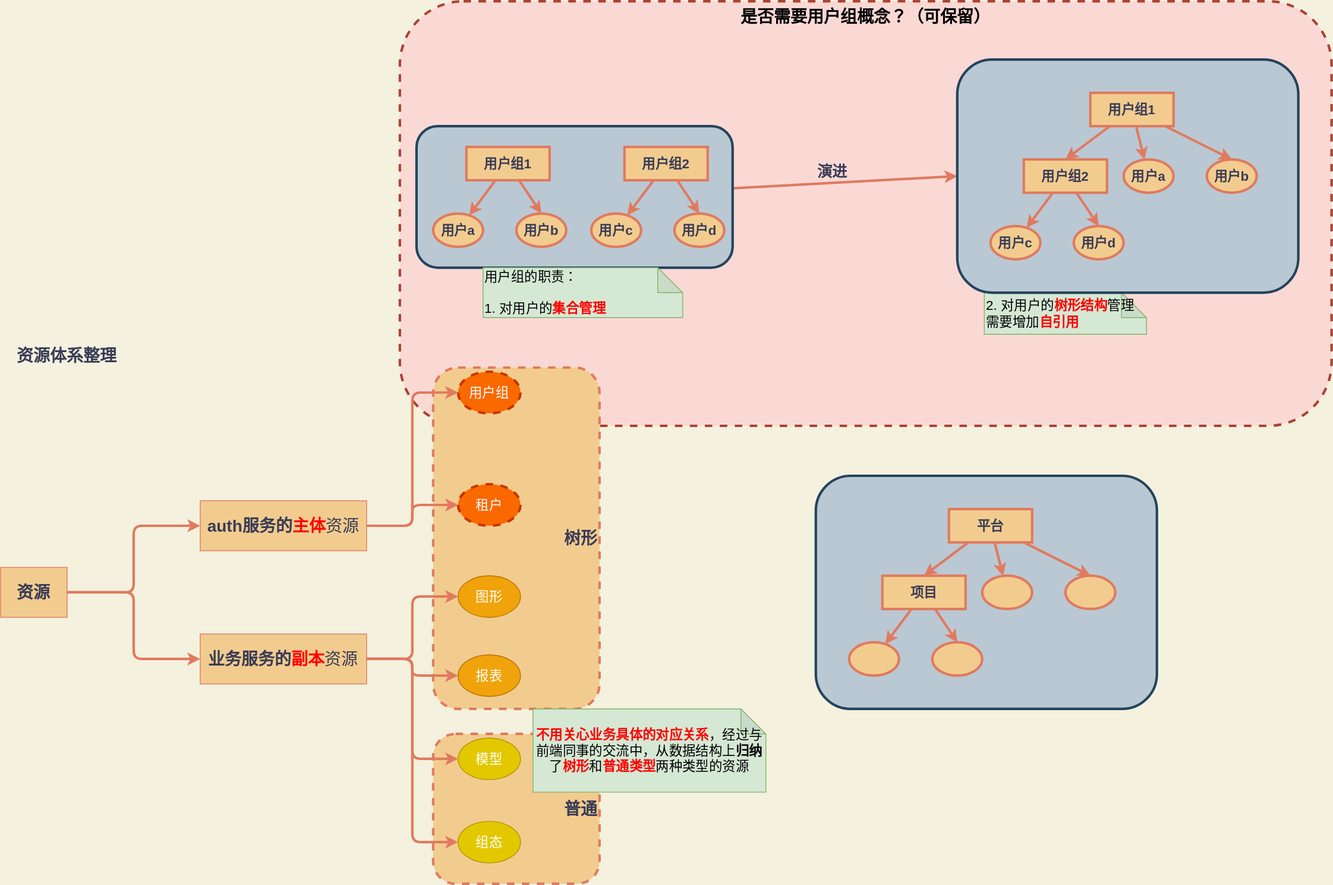
Before: src/main/resources/images/design/04_资源体系整理.svg, a diagram exported from draw.io (Jinhua-Lee/Learning). Source tidied: cells renumbered, new cells last; positions are measured from the earlier drawing's top-left corner, leaving out a move shared by most shapes.
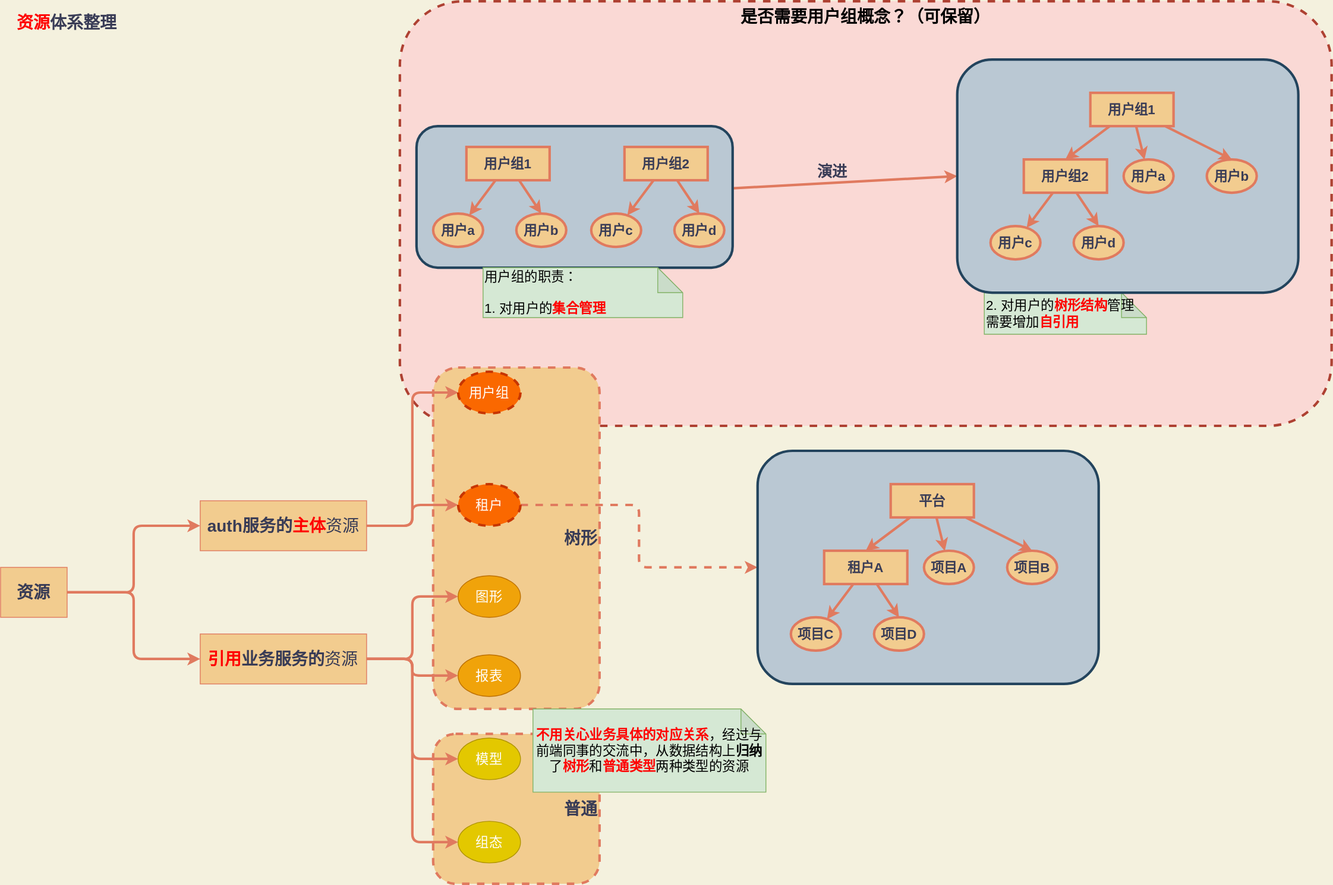
The same diagram one commit later.

Change to the diagram source:
```diff
@@ -47,7 +47,7 @@
     <mxCell id="16" style="edgeStyle=orthogonalEdgeStyle;curved=0;rounded=1;sketch=0;jettySize=auto;html=1;entryX=0;entryY=0.5;entryDx=0;entryDy=0;endArrow=classic;strokeColor=#E07A5F;strokeWidth=3;fillColor=#F2CC8F;fontColor=#393C56;" parent="1" edge="1" source="17" target="19">
       <mxGeometry relative="1" as="geometry" />
     </mxCell>
-    <mxCell id="17" value="&lt;font style=&quot;font-size: 20px&quot;&gt;&lt;b&gt;业务服务的&lt;font color=&quot;#ff0000&quot;&gt;副本&lt;/font&gt;&lt;/b&gt;资源&lt;/font&gt;" style="rounded=0;whiteSpace=wrap;html=1;sketch=0;strokeColor=#E07A5F;fillColor=#F2CC8F;fontColor=#393C56;" parent="1" vertex="1">
+    <mxCell id="17" value="&lt;font style=&quot;font-size: 20px&quot;&gt;&lt;b&gt;&lt;font color=&quot;#ff0000&quot;&gt;引用&lt;/font&gt;&lt;/b&gt;&lt;b&gt;业务服务的&lt;/b&gt;资源&lt;/font&gt;" style="rounded=0;whiteSpace=wrap;html=1;sketch=0;strokeColor=#E07A5F;fillColor=#F2CC8F;fontColor=#393C56;" parent="1" vertex="1">
       <mxGeometry x="240" y="760" width="200" height="60" as="geometry" />
     </mxCell>
     <mxCell id="18" value="&lt;font style=&quot;font-size: 16px&quot;&gt;用户组&lt;/font&gt;" style="ellipse;whiteSpace=wrap;html=1;rounded=0;sketch=0;strokeColor=#C73500;fillColor=#fa6800;fontColor=#ffffff;strokeWidth=3;dashed=1;" parent="1" vertex="1">
@@ -77,9 +77,12 @@
     <mxCell id="26" value="&lt;font style=&quot;font-size: 18px&quot;&gt;&lt;b&gt;演进&lt;/b&gt;&lt;/font&gt;" style="text;html=1;strokeColor=none;fillColor=none;align=center;verticalAlign=middle;whiteSpace=wrap;rounded=0;dashed=1;sketch=0;fontColor=#393C56;" parent="1" vertex="1">
       <mxGeometry x="980" y="195" width="40" height="20" as="geometry" />
     </mxCell>
-    <mxCell id="27" value="&lt;font style=&quot;font-size: 20px&quot;&gt;&lt;b&gt;资源体系整理&lt;/b&gt;&lt;/font&gt;" style="text;html=1;strokeColor=none;fillColor=none;align=center;verticalAlign=middle;whiteSpace=wrap;rounded=0;dashed=1;sketch=0;fontColor=#393C56;" parent="1" vertex="1">
-      <mxGeometry y="400" width="160" height="50" as="geometry" />
+    <mxCell id="27" value="&lt;font style=&quot;font-size: 20px&quot;&gt;&lt;b&gt;&lt;font color=&quot;#ff0000&quot;&gt;资源&lt;/font&gt;体系整理&lt;/b&gt;&lt;/font&gt;" style="text;html=1;strokeColor=none;fillColor=none;align=center;verticalAlign=middle;whiteSpace=wrap;rounded=0;dashed=1;sketch=0;fontColor=#393C56;" parent="1" vertex="1">
+      <mxGeometry width="160" height="50" as="geometry" />
     </mxCell>
+    <mxCell id="63" style="edgeStyle=orthogonalEdgeStyle;rounded=1;jettySize=auto;html=1;fontColor=#393C56;strokeColor=#E07A5F;strokeWidth=3;fillColor=#F2CC8F;sketch=0;dashed=1;" parent="1" edge="1" source="28" target="51">
+      <mxGeometry relative="1" as="geometry" />
+    </mxCell>
     <mxCell id="28" value="&lt;span style=&quot;font-size: 16px&quot;&gt;租户&lt;/span&gt;" style="ellipse;whiteSpace=wrap;html=1;rounded=0;sketch=0;strokeColor=#C73500;fillColor=#fa6800;fontColor=#ffffff;strokeWidth=3;dashed=1;" parent="1" vertex="1">
       <mxGeometry x="550" y="580" width="75" height="50" as="geometry" />
     </mxCell>
@@ -150,7 +153,7 @@
       <mxGeometry x="1290" y="270" width="60" height="40" as="geometry" />
     </mxCell>
     <mxCell id="51" style="rounded=1;whiteSpace=wrap;html=1;sketch=0;strokeColor=#23445d;strokeWidth=3;fillColor=#bac8d3;align=center;" parent="1" vertex="1">
-      <mxGeometry x="980" y="570" width="410" height="280" as="geometry" />
+      <mxGeometry x="910" y="540" width="410" height="280" as="geometry" />
     </mxCell>
     <mxCell id="52" style="sketch=0;jettySize=auto;html=1;endArrow=classic;endFill=1;strokeColor=#E07A5F;strokeWidth=3;fillColor=#F2CC8F;fontColor=#393C56;" parent="1" edge="1" source="55" target="56">
       <mxGeometry relative="1" as="geometry" />
@@ -162,13 +165,13 @@
       <mxGeometry relative="1" as="geometry" />
     </mxCell>
     <mxCell id="55" value="&lt;span style=&quot;font-size: 16px&quot;&gt;&lt;b&gt;平台&lt;/b&gt;&lt;/span&gt;" style="rounded=0;whiteSpace=wrap;html=1;sketch=0;strokeColor=#E07A5F;strokeWidth=3;fillColor=#F2CC8F;fontColor=#393C56;align=center;" parent="1" vertex="1">
-      <mxGeometry x="1140" y="610" width="100" height="40" as="geometry" />
+      <mxGeometry x="1070" y="580" width="100" height="40" as="geometry" />
     </mxCell>
-    <mxCell id="56" style="ellipse;whiteSpace=wrap;html=1;rounded=0;sketch=0;strokeColor=#E07A5F;strokeWidth=3;fillColor=#F2CC8F;fontColor=#393C56;align=center;" parent="1" vertex="1">
-      <mxGeometry x="1180" y="690" width="60" height="40" as="geometry" />
+    <mxCell id="56" value="&lt;font style=&quot;font-size: 16px&quot;&gt;&lt;b&gt;项目A&lt;/b&gt;&lt;/font&gt;" style="ellipse;whiteSpace=wrap;html=1;rounded=0;sketch=0;strokeColor=#E07A5F;strokeWidth=3;fillColor=#F2CC8F;fontColor=#393C56;align=center;" parent="1" vertex="1">
+      <mxGeometry x="1110" y="660" width="60" height="40" as="geometry" />
     </mxCell>
-    <mxCell id="57" style="ellipse;whiteSpace=wrap;html=1;rounded=0;sketch=0;strokeColor=#E07A5F;strokeWidth=3;fillColor=#F2CC8F;fontColor=#393C56;align=center;" parent="1" vertex="1">
-      <mxGeometry x="1280" y="690" width="60" height="40" as="geometry" />
+    <mxCell id="57" value="&lt;font style=&quot;font-size: 16px&quot;&gt;&lt;b&gt;项目B&lt;/b&gt;&lt;/font&gt;" style="ellipse;whiteSpace=wrap;html=1;rounded=0;sketch=0;strokeColor=#E07A5F;strokeWidth=3;fillColor=#F2CC8F;fontColor=#393C56;align=center;" parent="1" vertex="1">
+      <mxGeometry x="1210" y="660" width="60" height="40" as="geometry" />
     </mxCell>
     <mxCell id="58" style="sketch=0;jettySize=auto;html=1;endArrow=classic;endFill=1;strokeColor=#E07A5F;strokeWidth=3;fillColor=#F2CC8F;fontColor=#393C56;" parent="1" edge="1" source="60" target="61">
       <mxGeometry relative="1" as="geometry" />
@@ -176,14 +179,14 @@
     <mxCell id="59" style="edgeStyle=none;sketch=0;jettySize=auto;html=1;entryX=0.5;entryY=0;entryDx=0;entryDy=0;endArrow=classic;endFill=1;strokeColor=#E07A5F;strokeWidth=3;fillColor=#F2CC8F;fontColor=#393C56;" parent="1" edge="1" source="60" target="62">
       <mxGeometry relative="1" as="geometry" />
     </mxCell>
-    <mxCell id="60" value="&lt;span style=&quot;font-size: 16px&quot;&gt;&lt;b&gt;项目&lt;/b&gt;&lt;/span&gt;" style="rounded=0;whiteSpace=wrap;html=1;sketch=0;strokeColor=#E07A5F;strokeWidth=3;fillColor=#F2CC8F;fontColor=#393C56;align=center;" parent="1" vertex="1">
-      <mxGeometry x="1060" y="690" width="100" height="40" as="geometry" />
+    <mxCell id="60" value="&lt;span style=&quot;font-size: 16px&quot;&gt;&lt;b&gt;租户A&lt;/b&gt;&lt;/span&gt;" style="rounded=0;whiteSpace=wrap;html=1;sketch=0;strokeColor=#E07A5F;strokeWidth=3;fillColor=#F2CC8F;fontColor=#393C56;align=center;" parent="1" vertex="1">
+      <mxGeometry x="990" y="660" width="100" height="40" as="geometry" />
     </mxCell>
-    <mxCell id="61" style="ellipse;whiteSpace=wrap;html=1;rounded=0;sketch=0;strokeColor=#E07A5F;strokeWidth=3;fillColor=#F2CC8F;fontColor=#393C56;align=center;" parent="1" vertex="1">
-      <mxGeometry x="1020" y="770" width="60" height="40" as="geometry" />
+    <mxCell id="61" value="&lt;font style=&quot;font-size: 16px&quot;&gt;&lt;b&gt;项目C&lt;/b&gt;&lt;/font&gt;" style="ellipse;whiteSpace=wrap;html=1;rounded=0;sketch=0;strokeColor=#E07A5F;strokeWidth=3;fillColor=#F2CC8F;fontColor=#393C56;align=center;" parent="1" vertex="1">
+      <mxGeometry x="950" y="740" width="60" height="40" as="geometry" />
     </mxCell>
-    <mxCell id="62" style="ellipse;whiteSpace=wrap;html=1;rounded=0;sketch=0;strokeColor=#E07A5F;strokeWidth=3;fillColor=#F2CC8F;fontColor=#393C56;align=center;" parent="1" vertex="1">
-      <mxGeometry x="1120" y="770" width="60" height="40" as="geometry" />
+    <mxCell id="62" value="&lt;span style=&quot;font-size: 16px&quot;&gt;&lt;b&gt;项目D&lt;/b&gt;&lt;/span&gt;" style="ellipse;whiteSpace=wrap;html=1;rounded=0;sketch=0;strokeColor=#E07A5F;strokeWidth=3;fillColor=#F2CC8F;fontColor=#393C56;align=center;" parent="1" vertex="1">
+      <mxGeometry x="1050" y="740" width="60" height="40" as="geometry" />
     </mxCell>
   </root>
 </mxGraphModel>
```
